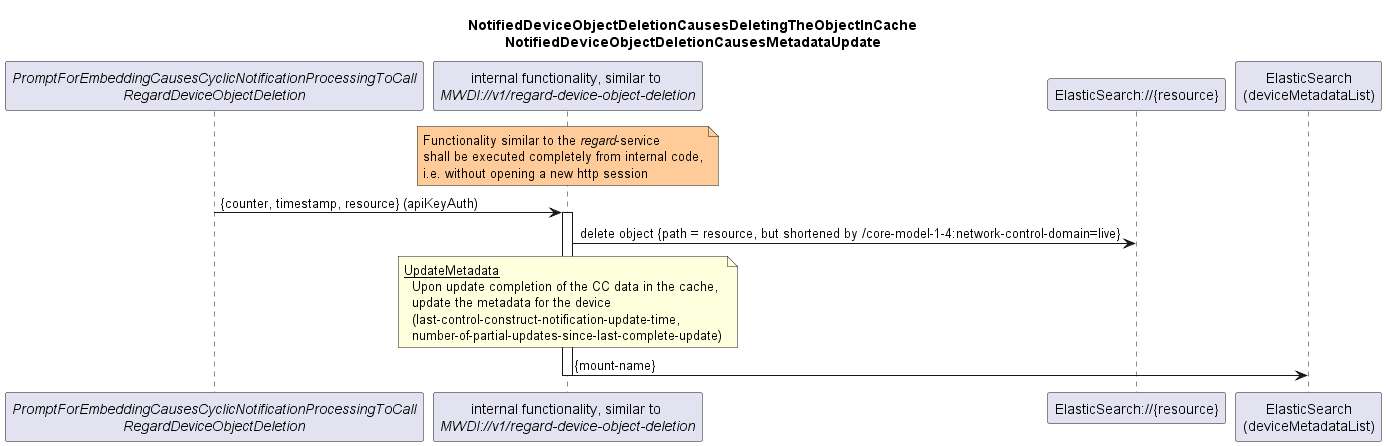
openBackhaul/MicroWaveDeviceInventory keeps this PlantUML diagram as spec/diagrams/026_NotificationBasedObjectDeletion.png. Above is the earlier version.
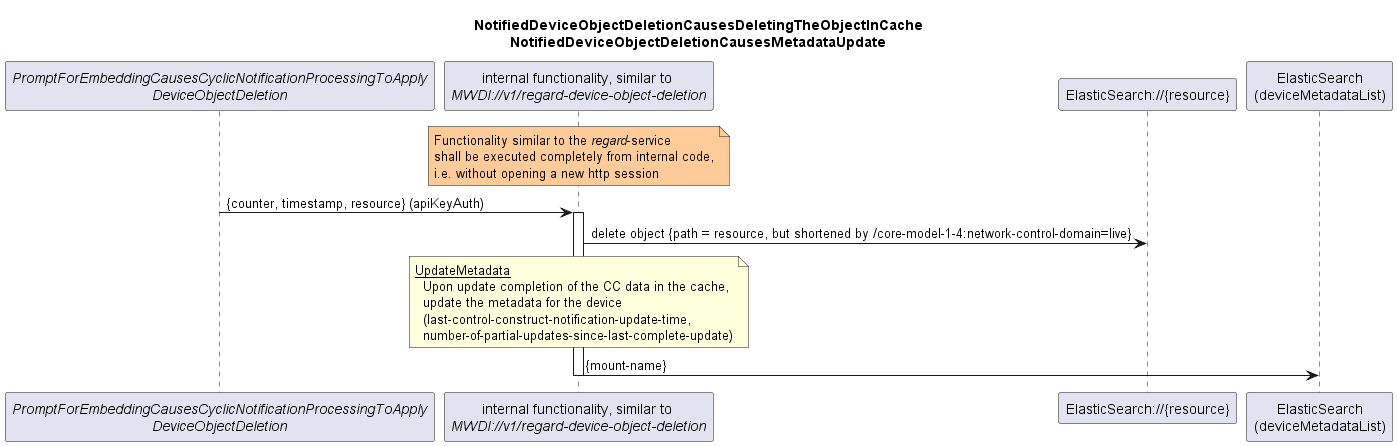
The same diagram one commit later.

Diff of the diagram source:
```diff
@@ -6,7 +6,7 @@
   NotifiedDeviceObjectDeletionCausesMetadataUpdate
 end title
 
-participant "<i>PromptForEmbeddingCausesCyclicNotificationProcessingToCall</i>\n<i>RegardDeviceObjectDeletion</i>" as init
+participant "<i>PromptForEmbeddingCausesCyclicNotificationProcessingToApply</i>\n<i>DeviceObjectDeletion</i>" as init
 participant "internal functionality, similar to \n<i>MWDI://v1/regard-device-object-deletion</i>" as regardObjectDeletion
 participant "ElasticSearch://{resource}" as es
 participant "ElasticSearch\n(deviceMetadataList)" as mtab
```
